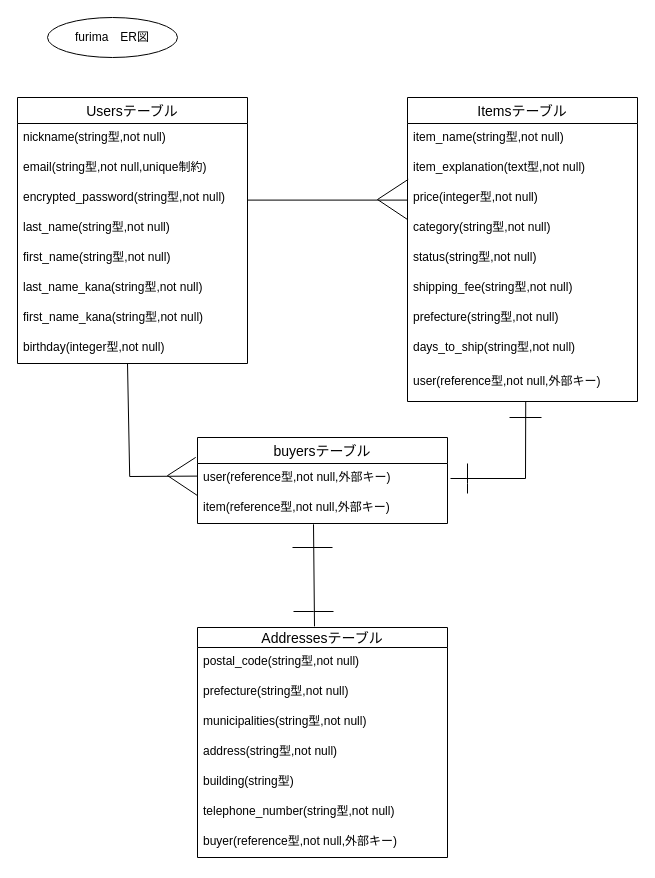
Earlier version of the draw.io diagram ER.dio (basyobasyo/furima-36683). Source tidied: cells renumbered, new cells numbered last; positions are measured from the earlier drawing's top-left corner, leaving out a move shared by most shapes. Both pictures are drawn from the tidied source at 100%, with x=0, y=0 at pixel (17, 17).
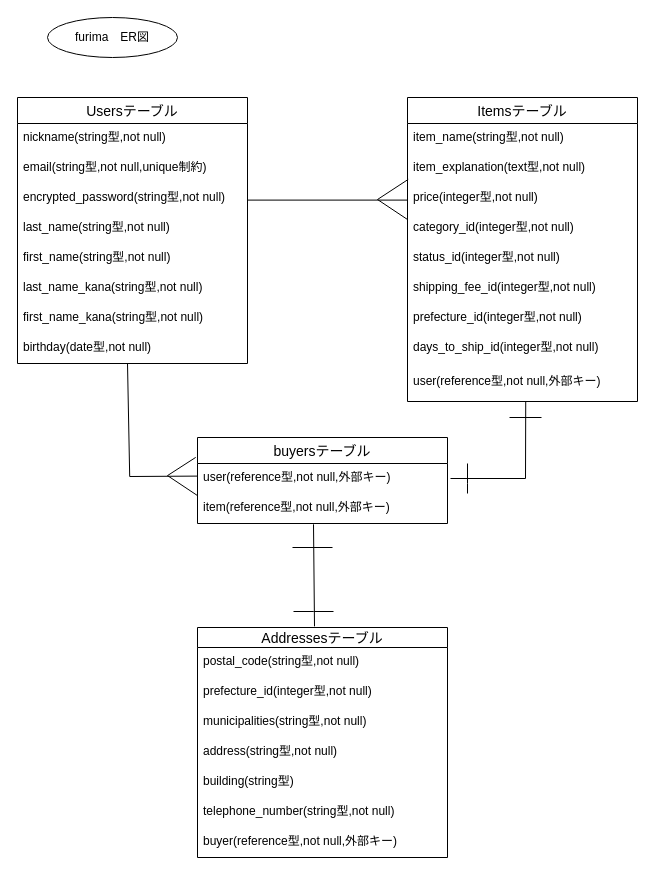
The same page after the edit.

Commit message (it also covers changes not shown here):
２回目　レビュー後修正

Unchanged cells that the change refers to:
```xml
<mxCell id="2" value="Usersテーブル" style="swimlane;fontStyle=0;horizontal=1;startSize=26;align=center;fontSize=14;" parent="1" vertex="1">
  <mxGeometry y="80" width="230" height="266" as="geometry" />
</mxCell>
<mxCell id="12" value="Itemsテーブル" style="swimlane;fontStyle=0;horizontal=1;startSize=26;align=center;fontSize=14;" parent="1" vertex="1">
  <mxGeometry x="390" y="80" width="230" height="304" as="geometry" />
</mxCell>
<mxCell id="27" value="Addressesテーブル" style="swimlane;fontStyle=0;horizontal=1;startSize=20;align=center;fontSize=14;" parent="1" vertex="1">
  <mxGeometry x="180" y="610" width="250" height="230" as="geometry" />
</mxCell>
```

The edit, as a diff of the source:
```diff
@@
-    <mxCell id="10" value="birthday(integer型,not null)" style="text;strokeColor=none;fillColor=none;spacingLeft=4;spacingRight=4;overflow=hidden;fontSize=12;" parent="2" vertex="1">
+    <mxCell id="10" value="birthday(date型,not null)" style="text;strokeColor=none;fillColor=none;spacingLeft=4;spacingRight=4;overflow=hidden;fontSize=12;" parent="2" vertex="1">
       <mxGeometry y="236" width="230" height="30" as="geometry" />
     </mxCell>
@@
-    <mxCell id="16" value="category(string型,not null)" style="text;strokeColor=none;fillColor=none;spacingLeft=4;spacingRight=4;overflow=hidden;fontSize=12;" parent="12" vertex="1">
+    <mxCell id="16" value="category_id(integer型,not null)" style="text;strokeColor=none;fillColor=none;spacingLeft=4;spacingRight=4;overflow=hidden;fontSize=12;" parent="12" vertex="1">
       <mxGeometry y="116" width="230" height="30" as="geometry" />
     </mxCell>
-    <mxCell id="17" value="status(string型,not null)" style="text;strokeColor=none;fillColor=none;spacingLeft=4;spacingRight=4;overflow=hidden;fontSize=12;" parent="12" vertex="1">
+    <mxCell id="17" value="status_id(integer型,not null)" style="text;strokeColor=none;fillColor=none;spacingLeft=4;spacingRight=4;overflow=hidden;fontSize=12;" parent="12" vertex="1">
       <mxGeometry y="146" width="230" height="30" as="geometry" />
     </mxCell>
-    <mxCell id="18" value="shipping_fee(string型,not null)" style="text;strokeColor=none;fillColor=none;spacingLeft=4;spacingRight=4;overflow=hidden;fontSize=12;" parent="12" vertex="1">
+    <mxCell id="18" value="shipping_fee_id(integer型,not null)" style="text;strokeColor=none;fillColor=none;spacingLeft=4;spacingRight=4;overflow=hidden;fontSize=12;" parent="12" vertex="1">
       <mxGeometry y="176" width="230" height="30" as="geometry" />
     </mxCell>
-    <mxCell id="19" value="prefecture(string型,not null)" style="text;strokeColor=none;fillColor=none;spacingLeft=4;spacingRight=4;overflow=hidden;fontSize=12;" parent="12" vertex="1">
+    <mxCell id="19" value="prefecture_id(integer型,not null)" style="text;strokeColor=none;fillColor=none;spacingLeft=4;spacingRight=4;overflow=hidden;fontSize=12;" parent="12" vertex="1">
       <mxGeometry y="206" width="230" height="30" as="geometry" />
     </mxCell>
-    <mxCell id="20" value="days_to_ship(string型,not null)" style="text;strokeColor=none;fillColor=none;spacingLeft=4;spacingRight=4;overflow=hidden;fontSize=12;" parent="12" vertex="1">
+    <mxCell id="20" value="days_to_ship_id(integer型,not null)" style="text;strokeColor=none;fillColor=none;spacingLeft=4;spacingRight=4;overflow=hidden;fontSize=12;" parent="12" vertex="1">
       <mxGeometry y="236" width="230" height="34" as="geometry" />
     </mxCell>
@@
-    <mxCell id="29" value="prefecture(string型,not null)" style="text;strokeColor=none;fillColor=none;spacingLeft=4;spacingRight=4;overflow=hidden;fontSize=12;" parent="27" vertex="1">
+    <mxCell id="29" value="prefecture_id(integer型,not null)" style="text;strokeColor=none;fillColor=none;spacingLeft=4;spacingRight=4;overflow=hidden;fontSize=12;" parent="27" vertex="1">
       <mxGeometry y="50" width="250" height="30" as="geometry" />
     </mxCell>
```
